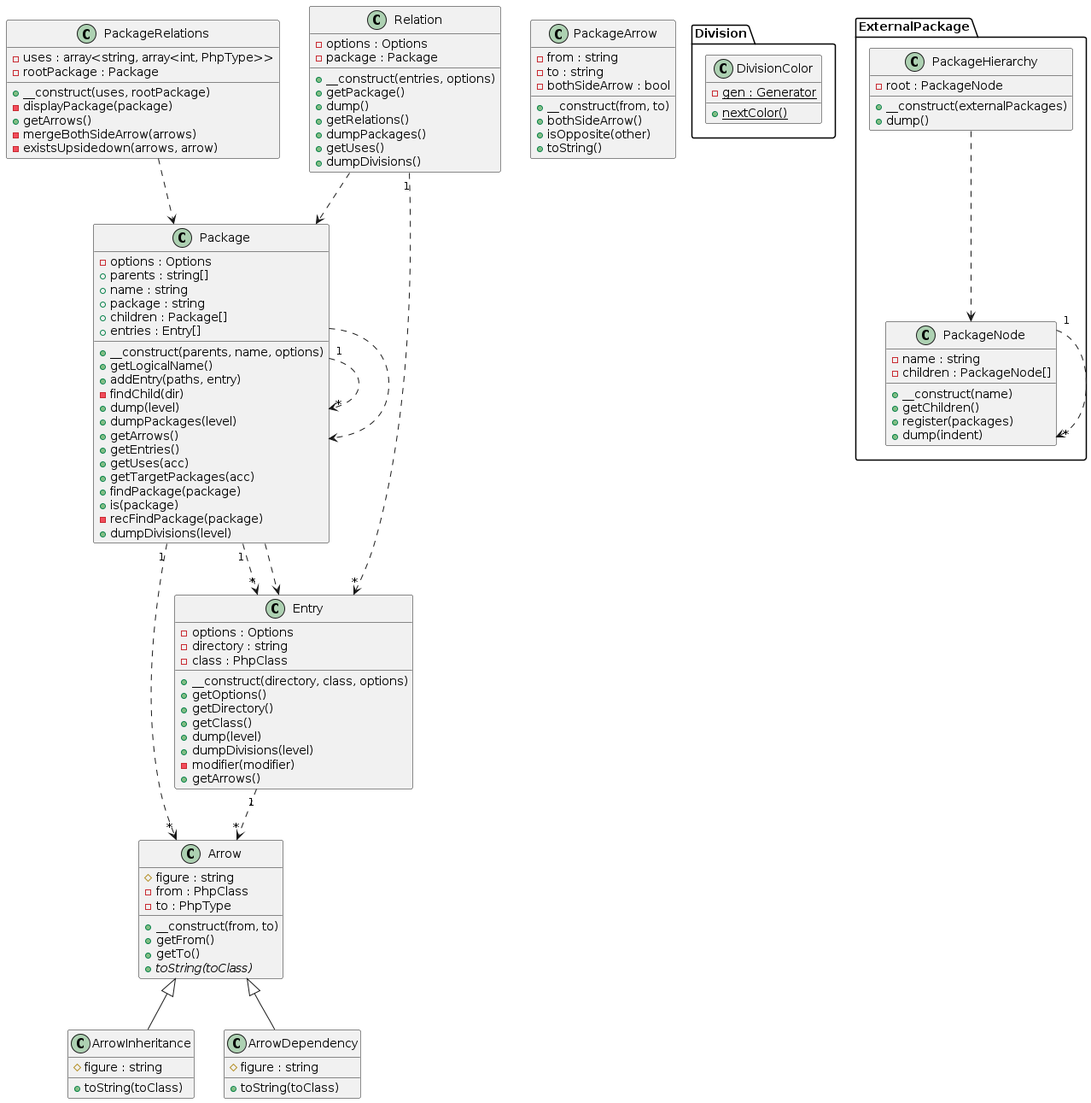
The PlantUML diagram dogfood.png in smeghead/php-class-diagram, before a commit.
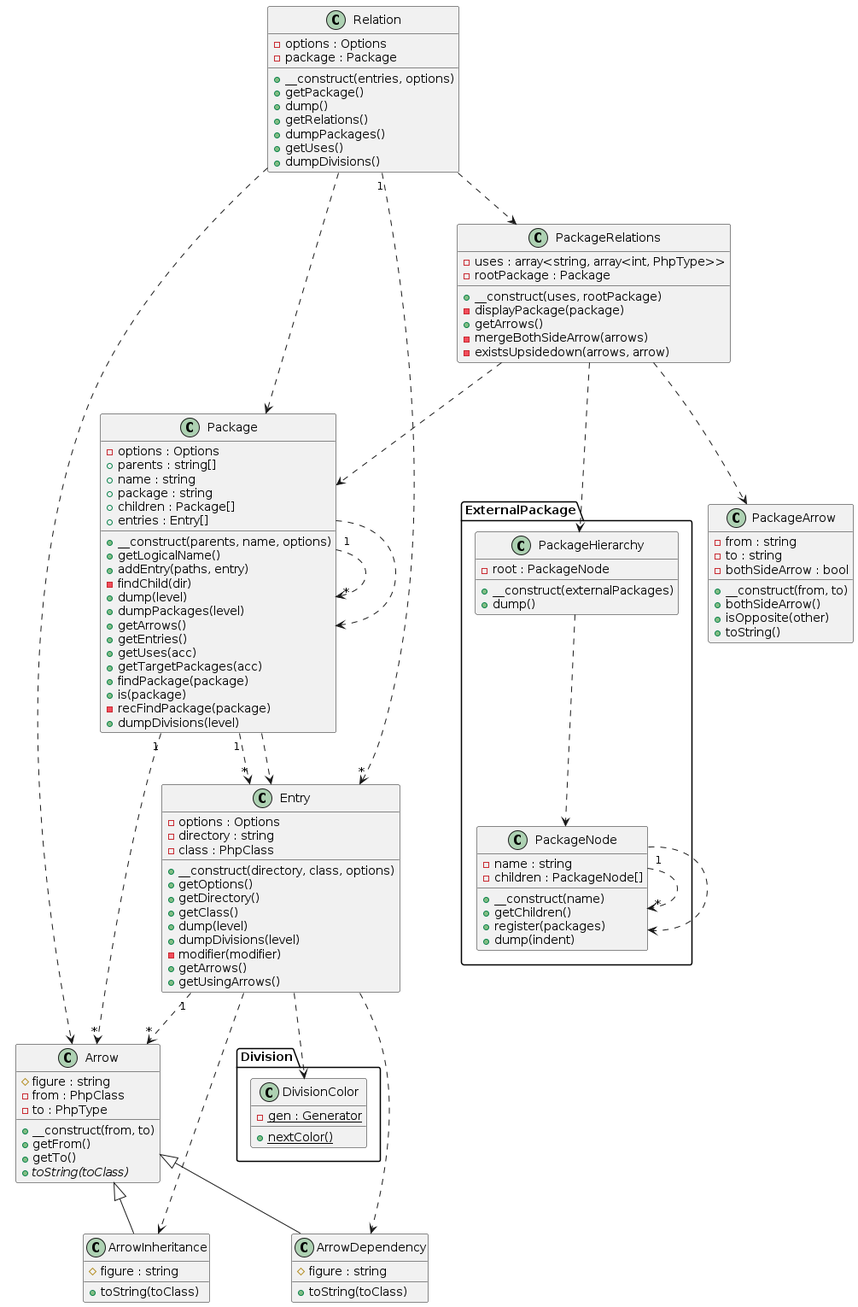
The same diagram one commit later.

Diff of the diagram source:
```diff
@@ -15,6 +15,7 @@
     +dumpDivisions(level)
     -modifier(modifier)
     +getArrows()
+    +getUsingArrows()
   }
   class "Arrow" as Arrow {
     #figure : string
@@ -104,14 +105,22 @@
   Arrow <|-- ArrowDependency
   Arrow <|-- ArrowInheritance
   Entry "1" ..> "*" Arrow
+  Entry ..> ArrowDependency
+  Entry ..> ArrowInheritance
+  Entry ..> Division_DivisionColor
   ExternalPackage_PackageHierarchy ..> ExternalPackage_PackageNode
   ExternalPackage_PackageNode "1" ..> "*" ExternalPackage_PackageNode
+  ExternalPackage_PackageNode ..> ExternalPackage_PackageNode
   Package "1" ..> "*" Arrow
   Package "1" ..> "*" Entry
   Package "1" ..> "*" Package
   Package ..> Entry
   Package ..> Package
+  PackageRelations ..> ExternalPackage_PackageHierarchy
   PackageRelations ..> Package
+  PackageRelations ..> PackageArrow
   Relation "1" ..> "*" Entry
+  Relation ..> Arrow
   Relation ..> Package
+  Relation ..> PackageRelations
 @enduml
```
